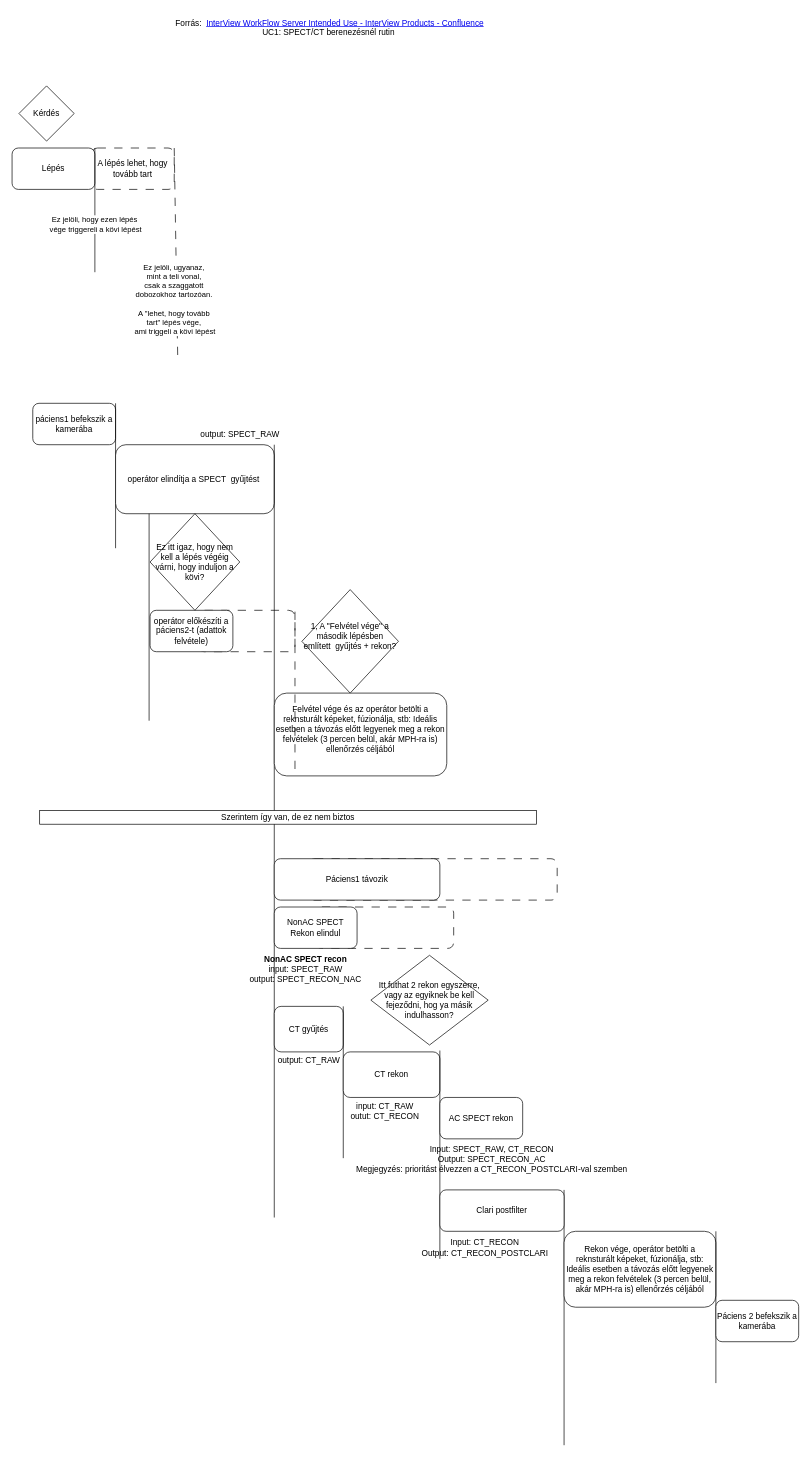
szvatai1985/drawio_files keeps this draw.io diagram as IV_Flow_diagram_UC1_SPECT_CT berenezésnél rutin.drawio. Above is the earlier version. Source tidied: cells renumbered, new cells numbered last; positions are measured from the earlier drawing's top-left corner, leaving out a move shared by most shapes. Both pictures are drawn from the tidied source at 69%, with x=0, y=0 at pixel (12, 12).
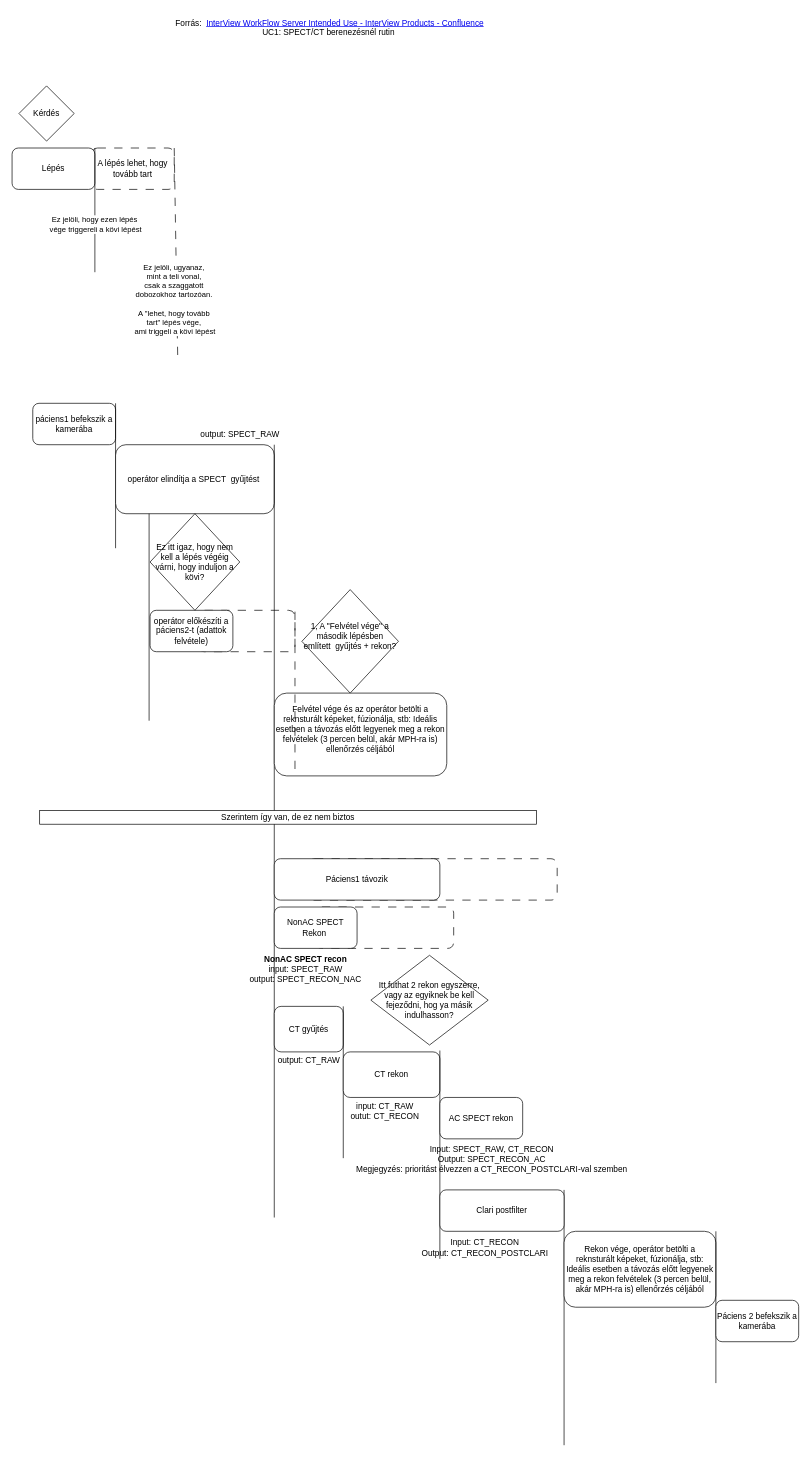
The same diagram, later.

Commit message:
NonAC Spe

What changed in the source:
```diff
@@
-    <mxCell id="23" value="NonAC SPECT Rekon elindul" style="rounded=1;whiteSpace=wrap;html=1;" parent="1" vertex="1">
+    <mxCell id="23" value="NonAC SPECT Rekon&amp;nbsp;" style="rounded=1;whiteSpace=wrap;html=1;" parent="1" vertex="1">
       <mxGeometry x="380" y="1297" width="120" height="60" as="geometry" />
     </mxCell>
```
